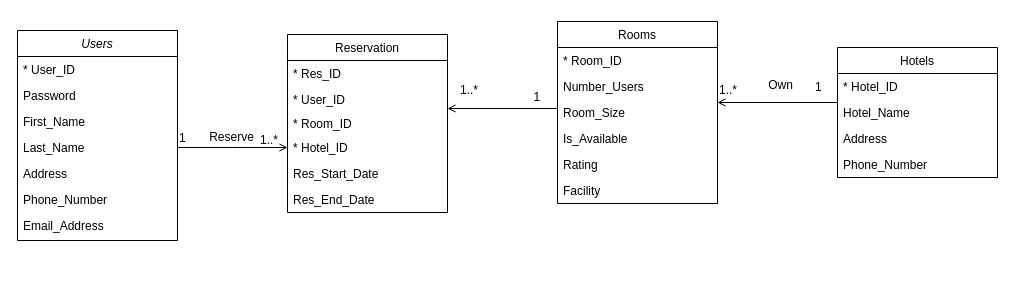
Ziqi222/name.c keeps this draw.io diagram as Web_practice.drawio. Above is the earlier version. Source tidied: cells renumbered, new cells numbered last; positions are measured from the earlier drawing's top-left corner, leaving out a move shared by most shapes. Both pictures are drawn from the tidied source at 100%, with x=0, y=0 at pixel (17, 21).
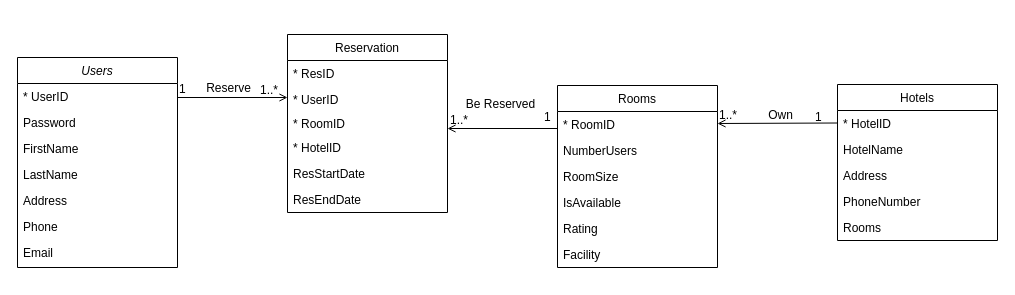
The same page after the edit.

Unchanged cells that the change refers to:
```xml
<mxCell id="27" value="Reservation" style="swimlane;fontStyle=0;align=center;verticalAlign=top;horizontal=1;startSize=26;rounded=0;shadow=0;strokeWidth=1;" parent="1" vertex="1">
  <mxGeometry x="270" y="13" width="160" height="178" as="geometry" />
</mxCell>
```

Change to the diagram source:
```diff
@@
     <mxCell id="2" value="Users" style="swimlane;fontStyle=2;align=center;verticalAlign=top;horizontal=1;startSize=26;rounded=0;shadow=0;strokeWidth=1;" parent="1" vertex="1">
-      <mxGeometry y="9" width="160" height="210" as="geometry" />
+      <mxGeometry y="36" width="160" height="210" as="geometry" />
     </mxCell>
-    <mxCell id="3" value="* User_ID" style="text;align=left;verticalAlign=top;spacingLeft=4;spacingRight=4;overflow=hidden;" parent="2" vertex="1">
+    <mxCell id="3" value="* UserID" style="text;align=left;verticalAlign=top;spacingLeft=4;spacingRight=4;overflow=hidden;" parent="2" vertex="1">
       <mxGeometry y="26" width="160" height="26" as="geometry" />
     </mxCell>
@@
-    <mxCell id="5" value="First_Name" style="text;align=left;verticalAlign=top;spacingLeft=4;spacingRight=4;overflow=hidden;rounded=0;shadow=0;html=0;" parent="2" vertex="1">
+    <mxCell id="5" value="FirstName" style="text;align=left;verticalAlign=top;spacingLeft=4;spacingRight=4;overflow=hidden;rounded=0;shadow=0;html=0;" parent="2" vertex="1">
       <mxGeometry y="78" width="160" height="26" as="geometry" />
     </mxCell>
-    <mxCell id="6" value="Last_Name" style="text;align=left;verticalAlign=top;spacingLeft=4;spacingRight=4;overflow=hidden;points=[[0,0.5],[1,0.5]];portConstraint=eastwest;rounded=0;shadow=0;html=0;" parent="2" vertex="1">
+    <mxCell id="6" value="LastName" style="text;align=left;verticalAlign=top;spacingLeft=4;spacingRight=4;overflow=hidden;points=[[0,0.5],[1,0.5]];portConstraint=eastwest;rounded=0;shadow=0;html=0;" parent="2" vertex="1">
       <mxGeometry y="104" width="160" height="26" as="geometry" />
     </mxCell>
@@
-    <mxCell id="8" value="Phone_Number" style="text;align=left;verticalAlign=top;spacingLeft=4;spacingRight=4;overflow=hidden;rounded=0;shadow=0;html=0;" parent="2" vertex="1">
+    <mxCell id="8" value="Phone" style="text;align=left;verticalAlign=top;spacingLeft=4;spacingRight=4;overflow=hidden;rounded=0;shadow=0;html=0;" parent="2" vertex="1">
       <mxGeometry y="156" width="160" height="26" as="geometry" />
     </mxCell>
-    <mxCell id="9" value="Email_Address" style="text;align=left;verticalAlign=top;spacingLeft=4;spacingRight=4;overflow=hidden;rounded=0;shadow=0;html=0;" parent="2" vertex="1">
+    <mxCell id="9" value="Email" style="text;align=left;verticalAlign=top;spacingLeft=4;spacingRight=4;overflow=hidden;rounded=0;shadow=0;html=0;" parent="2" vertex="1">
       <mxGeometry y="182" width="160" height="26" as="geometry" />
     </mxCell>
     <mxCell id="10" value="Rooms" style="swimlane;fontStyle=0;align=center;verticalAlign=top;horizontal=1;startSize=26;rounded=0;shadow=0;strokeWidth=1;" parent="1" vertex="1">
-      <mxGeometry x="540" width="160" height="182" as="geometry" />
+      <mxGeometry x="540" y="64" width="160" height="182" as="geometry" />
     </mxCell>
-    <mxCell id="11" value="* Room_ID" style="text;align=left;verticalAlign=top;spacingLeft=4;spacingRight=4;overflow=hidden;" parent="10" vertex="1">
+    <mxCell id="11" value="* RoomID" style="text;align=left;verticalAlign=top;spacingLeft=4;spacingRight=4;overflow=hidden;" parent="10" vertex="1">
       <mxGeometry y="26" width="160" height="26" as="geometry" />
     </mxCell>
-    <mxCell id="12" value="Number_Users" style="text;align=left;verticalAlign=top;spacingLeft=4;spacingRight=4;overflow=hidden;rounded=0;shadow=0;html=0;" parent="10" vertex="1">
+    <mxCell id="12" value="NumberUsers" style="text;align=left;verticalAlign=top;spacingLeft=4;spacingRight=4;overflow=hidden;rounded=0;shadow=0;html=0;" parent="10" vertex="1">
       <mxGeometry y="52" width="160" height="26" as="geometry" />
     </mxCell>
-    <mxCell id="13" value="Room_Size" style="text;align=left;verticalAlign=top;spacingLeft=4;spacingRight=4;overflow=hidden;rounded=0;shadow=0;html=0;" parent="10" vertex="1">
+    <mxCell id="13" value="RoomSize" style="text;align=left;verticalAlign=top;spacingLeft=4;spacingRight=4;overflow=hidden;rounded=0;shadow=0;html=0;" parent="10" vertex="1">
       <mxGeometry y="78" width="160" height="26" as="geometry" />
     </mxCell>
-    <mxCell id="14" value="Is_Available" style="text;align=left;verticalAlign=top;spacingLeft=4;spacingRight=4;overflow=hidden;rounded=0;shadow=0;html=0;" parent="10" vertex="1">
+    <mxCell id="14" value="IsAvailable" style="text;align=left;verticalAlign=top;spacingLeft=4;spacingRight=4;overflow=hidden;rounded=0;shadow=0;html=0;" parent="10" vertex="1">
       <mxGeometry y="104" width="160" height="26" as="geometry" />
     </mxCell>
@@
     <mxCell id="17" value="1..*" style="align=left;verticalAlign=bottom;labelBackgroundColor=none;fontSize=12;" parent="1" vertex="1">
-      <mxGeometry x="250" y="256" as="geometry">
+      <mxGeometry x="250" y="206" as="geometry">
         <mxPoint x="-9" y="-129" as="offset" />
       </mxGeometry>
     </mxCell>
     <mxCell id="18" value="Hotels" style="swimlane;fontStyle=0;align=center;verticalAlign=top;horizontal=1;startSize=26;rounded=0;shadow=0;strokeWidth=1;" parent="1" vertex="1">
-      <mxGeometry x="820" y="26" width="160" height="130" as="geometry" />
+      <mxGeometry x="820" y="63" width="160" height="156" as="geometry" />
     </mxCell>
-    <mxCell id="19" value="* Hotel_ID" style="text;align=left;verticalAlign=top;spacingLeft=4;spacingRight=4;overflow=hidden;" parent="18" vertex="1">
+    <mxCell id="19" value="* HotelID" style="text;align=left;verticalAlign=top;spacingLeft=4;spacingRight=4;overflow=hidden;" parent="18" vertex="1">
       <mxGeometry y="26" width="160" height="26" as="geometry" />
     </mxCell>
-    <mxCell id="20" value="Hotel_Name" style="text;align=left;verticalAlign=top;spacingLeft=4;spacingRight=4;overflow=hidden;rounded=0;shadow=0;html=0;" parent="18" vertex="1">
+    <mxCell id="20" value="HotelName" style="text;align=left;verticalAlign=top;spacingLeft=4;spacingRight=4;overflow=hidden;rounded=0;shadow=0;html=0;" parent="18" vertex="1">
       <mxGeometry y="52" width="160" height="26" as="geometry" />
     </mxCell>
@@
-    <mxCell id="22" value="Phone_Number" style="text;align=left;verticalAlign=top;spacingLeft=4;spacingRight=4;overflow=hidden;rounded=0;shadow=0;html=0;" parent="18" vertex="1">
+    <mxCell id="22" value="PhoneNumber" style="text;align=left;verticalAlign=top;spacingLeft=4;spacingRight=4;overflow=hidden;rounded=0;shadow=0;html=0;" parent="18" vertex="1">
       <mxGeometry y="104" width="160" height="26" as="geometry" />
     </mxCell>
+    <mxCell id="40" value="Rooms" style="text;align=left;verticalAlign=top;spacingLeft=4;spacingRight=4;overflow=hidden;rounded=0;shadow=0;html=0;" parent="18" vertex="1">
+      <mxGeometry y="130" width="160" height="26" as="geometry" />
+    </mxCell>
     <mxCell id="23" style="endArrow=open;shadow=0;strokeWidth=1;rounded=0;endFill=1;edgeStyle=elbowEdgeStyle;elbow=vertical;" parent="1" edge="1">
       <mxGeometry x="0.5" y="41" relative="1" as="geometry">
-        <mxPoint x="820" y="80" as="sourcePoint" />
-        <mxPoint x="700" y="81" as="targetPoint" />
+        <mxPoint x="820" y="101.5" as="sourcePoint" />
+        <mxPoint x="700" y="102.5" as="targetPoint" />
         <mxPoint x="-40" y="32" as="offset" />
       </mxGeometry>
     </mxCell>
     <mxCell id="24" value="1..*" style="align=left;verticalAlign=bottom;labelBackgroundColor=none;fontSize=12;" parent="1" vertex="1">
-      <mxGeometry x="700" y="77" as="geometry" />
+      <mxGeometry x="700" y="102" as="geometry" />
     </mxCell>
     <mxCell id="25" value="1" style="align=left;verticalAlign=bottom;labelBackgroundColor=none;fontSize=12;" parent="1" vertex="1">
-      <mxGeometry x="800" y="96" as="geometry">
+      <mxGeometry x="800" y="126" as="geometry">
         <mxPoint x="-4" y="-22" as="offset" />
       </mxGeometry>
     </mxCell>
     <mxCell id="26" value="Own" style="text;html=1;align=center;verticalAlign=middle;labelBackgroundColor=none;rounded=0;shadow=0;strokeWidth=1;fontSize=12;" parent="1" vertex="1">
-      <mxGeometry x="750" y="66" as="geometry">
+      <mxGeometry x="750" y="96" as="geometry">
         <mxPoint x="12" y="-3" as="offset" />
       </mxGeometry>
     </mxCell>
@@
-    <mxCell id="28" value="* Res_ID" style="text;align=left;verticalAlign=top;spacingLeft=4;spacingRight=4;overflow=hidden;" parent="27" vertex="1">
+    <mxCell id="28" value="* ResID" style="text;align=left;verticalAlign=top;spacingLeft=4;spacingRight=4;overflow=hidden;" parent="27" vertex="1">
       <mxGeometry y="26" width="160" height="26" as="geometry" />
     </mxCell>
-    <mxCell id="29" value="* User_ID" style="text;align=left;verticalAlign=top;spacingLeft=4;spacingRight=4;overflow=hidden;rounded=0;shadow=0;html=0;" parent="27" vertex="1">
+    <mxCell id="29" value="* UserID" style="text;align=left;verticalAlign=top;spacingLeft=4;spacingRight=4;overflow=hidden;rounded=0;shadow=0;html=0;" parent="27" vertex="1">
       <mxGeometry y="52" width="160" height="24" as="geometry" />
     </mxCell>
-    <mxCell id="30" value="* Room_ID" style="text;align=left;verticalAlign=top;spacingLeft=4;spacingRight=4;overflow=hidden;rounded=0;shadow=0;html=0;" parent="27" vertex="1">
+    <mxCell id="30" value="* RoomID" style="text;align=left;verticalAlign=top;spacingLeft=4;spacingRight=4;overflow=hidden;rounded=0;shadow=0;html=0;" parent="27" vertex="1">
       <mxGeometry y="76" width="160" height="24" as="geometry" />
     </mxCell>
-    <mxCell id="31" value="* Hotel_ID" style="text;align=left;verticalAlign=top;spacingLeft=4;spacingRight=4;overflow=hidden;rounded=0;shadow=0;html=0;" parent="27" vertex="1">
+    <mxCell id="31" value="* HotelID" style="text;align=left;verticalAlign=top;spacingLeft=4;spacingRight=4;overflow=hidden;rounded=0;shadow=0;html=0;" parent="27" vertex="1">
       <mxGeometry y="100" width="160" height="26" as="geometry" />
     </mxCell>
-    <mxCell id="32" value="Res_Start_Date" style="text;align=left;verticalAlign=top;spacingLeft=4;spacingRight=4;overflow=hidden;rounded=0;shadow=0;html=0;" parent="27" vertex="1">
+    <mxCell id="32" value="ResStartDate" style="text;align=left;verticalAlign=top;spacingLeft=4;spacingRight=4;overflow=hidden;rounded=0;shadow=0;html=0;" parent="27" vertex="1">
       <mxGeometry y="126" width="160" height="26" as="geometry" />
     </mxCell>
-    <mxCell id="33" value="Res_End_Date" style="text;align=left;verticalAlign=top;spacingLeft=4;spacingRight=4;overflow=hidden;rounded=0;shadow=0;html=0;" parent="27" vertex="1">
+    <mxCell id="33" value="ResEndDate" style="text;align=left;verticalAlign=top;spacingLeft=4;spacingRight=4;overflow=hidden;rounded=0;shadow=0;html=0;" parent="27" vertex="1">
       <mxGeometry y="152" width="160" height="26" as="geometry" />
     </mxCell>
     <mxCell id="34" style="endArrow=open;shadow=0;strokeWidth=1;rounded=0;endFill=1;edgeStyle=elbowEdgeStyle;elbow=vertical;exitX=1;exitY=0.5;exitDx=0;exitDy=0;" parent="1" edge="1" source="6">
       <mxGeometry x="0.5" y="41" relative="1" as="geometry">
-        <mxPoint x="270" y="126" as="targetPoint" />
+        <mxPoint x="270" y="76" as="targetPoint" />
+        <Array as="points">
+          <mxPoint x="220" y="76" />
+          <mxPoint x="220" y="86" />
+          <mxPoint x="180" y="126" />
+        </Array>
         <mxPoint x="-40" y="32" as="offset" />
       </mxGeometry>
     </mxCell>
     <mxCell id="35" value="1" style="align=left;verticalAlign=bottom;labelBackgroundColor=none;fontSize=12;" parent="34" vertex="1">
       <mxGeometry x="-1" relative="1" as="geometry">
-        <mxPoint y="-1" as="offset" />
+        <mxPoint y="-77" as="offset" />
       </mxGeometry>
     </mxCell>
     <mxCell id="36" value="Reserve" style="text;html=1;align=center;verticalAlign=middle;labelBackgroundColor=none;rounded=0;shadow=0;strokeWidth=1;fontSize=12;" parent="34" vertex="1">
       <mxGeometry x="0.5" y="49" relative="1" as="geometry">
-        <mxPoint x="-30" y="38" as="offset" />
+        <mxPoint x="-13" y="39" as="offset" />
       </mxGeometry>
     </mxCell>
     <mxCell id="37" style="endArrow=open;shadow=0;strokeWidth=1;rounded=0;endFill=1;edgeStyle=elbowEdgeStyle;elbow=vertical;" parent="1" edge="1">
       <mxGeometry x="0.5" y="41" relative="1" as="geometry">
-        <mxPoint x="540" y="86" as="sourcePoint" />
-        <mxPoint x="430" y="87" as="targetPoint" />
+        <mxPoint x="540" y="106" as="sourcePoint" />
+        <mxPoint x="430" y="107" as="targetPoint" />
         <mxPoint x="-40" y="32" as="offset" />
       </mxGeometry>
     </mxCell>
     <mxCell id="38" value="1" style="align=left;verticalAlign=bottom;labelBackgroundColor=none;fontSize=12;" parent="1" vertex="1">
-      <mxGeometry x="169.5" y="135.5" as="geometry">
+      <mxGeometry x="180" y="156" as="geometry">
         <mxPoint x="345" y="-52" as="offset" />
       </mxGeometry>
     </mxCell>
     <mxCell id="39" value="1..*" style="align=left;verticalAlign=bottom;labelBackgroundColor=none;fontSize=12;" parent="1" vertex="1">
-      <mxGeometry x="450" y="206" width="160" as="geometry">
+      <mxGeometry x="440" y="236" width="160" as="geometry">
         <mxPoint x="-9" y="-129" as="offset" />
       </mxGeometry>
     </mxCell>
+    <mxCell id="41" value="Be Reserved" style="text;html=1;align=center;verticalAlign=middle;labelBackgroundColor=none;rounded=0;shadow=0;strokeWidth=1;fontSize=12;" parent="1" vertex="1">
+      <mxGeometry x="500" y="-4" as="geometry">
+        <mxPoint x="-18" y="86" as="offset" />
+      </mxGeometry>
+    </mxCell>
```
